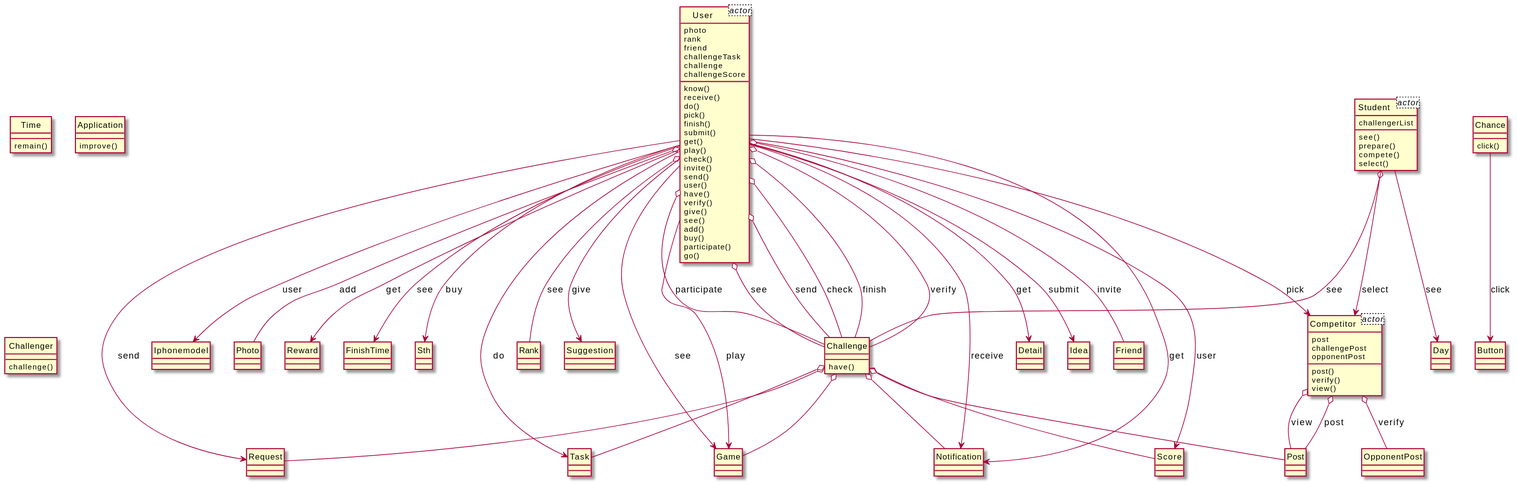
xixixhalu/DomainModelExtractor keeps this PlantUML diagram as output/diagram_5/2017-USC-Project04.svg. Above is the earlier version.
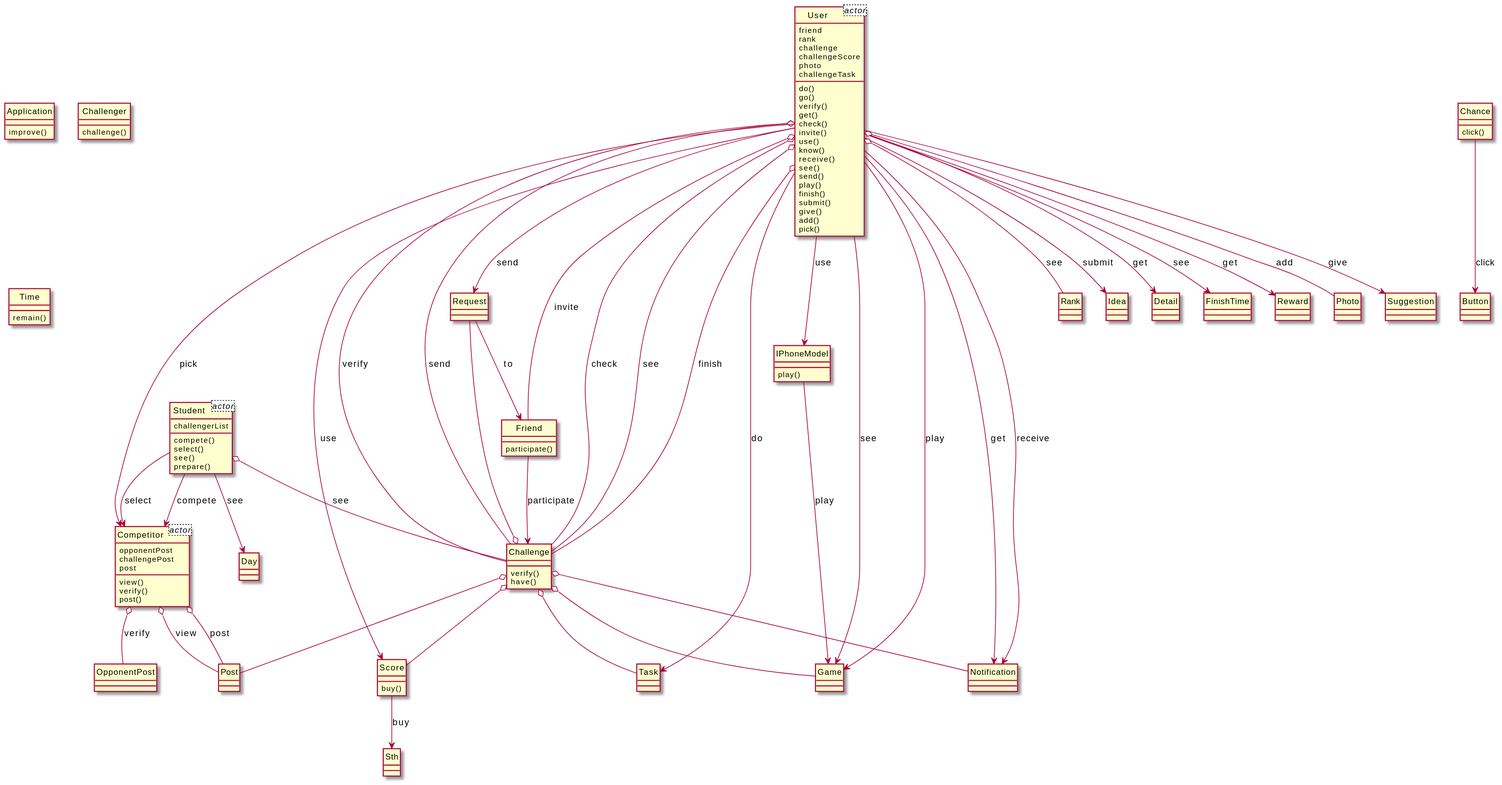
After the commit.

Diff of the diagram source:
```diff
@@ -1,142 +1,146 @@
 @startuml
 hide circle
 class User<actor> {
-	photo
+	friend
 	rank
-	friend
-	challengeTask
 	challenge
 	challengeScore
+	photo
+	challengeTask
 }
 class Student<actor> {
 	challengerList
 }
 class Competitor<actor> {
+	opponentPost
+	challengePost
 	post
-	challengePost
-	opponentPost
+}
+class Request {
+}
+class Score {
+	buy()
 }
 class Task {
 }
-class Score {
+class Competitor {
+	view()
+	verify()
+	post()
 }
-class Request {
+class OpponentPost {
+}
+class Application {
+	improve()
+}
+class Challenge {
+	verify()
+	have()
 }
 class User {
+	do()
+	go()
+	verify()
+	get()
+	check()
+	invite()
+	use()
 	know()
 	receive()
-	do()
-	pick()
+	see()
+	send()
+	play()
 	finish()
 	submit()
-	get()
+	give()
+	add()
+	pick()
+}
+class Rank {
+}
+class IPhoneModel {
 	play()
-	check()
-	invite()
-	send()
-	user()
-	have()
-	verify()
-	give()
-	see()
-	add()
-	buy()
-	participate()
-	go()
-}
-class Iphonemodel {
 }
 class Student {
+	compete()
+	select()
 	see()
 	prepare()
-	compete()
-	select()
 }
-class Photo {
+class Game {
 }
-class Reward {
+class Challenger {
+	challenge()
 }
-class FinishTime {
+class Idea {
 }
-class Sth {
+class Notification {
+}
+class Friend {
+	participate()
 }
 class Chance {
 	click()
 }
 class Button {
 }
-class Competitor {
-	post()
-	verify()
-	view()
+class Detail {
+}
+class FinishTime {
+}
+class Reward {
+}
+class Photo {
+}
+class Suggestion {
 }
 class Post {
 }
-class Challenge {
-	have()
-}
-class Rank {
+class Day {
 }
 class Time {
 	remain()
 }
-class Suggestion {
+class Sth {
 }
-class Game {
-}
-class Notification {
-}
-class Detail {
-}
-class Idea {
-}
-class Application {
-	improve()
-}
-class OpponentPost {
-}
-class Day {
-}
-class Friend {
-}
-class Challenger {
-	challenge()
-}
+User --> IPhoneModel : use
+Student --> Day : see
+Challenge o-- Request
+User --> Detail : get
+User o-- Challenge : check
+Student o-- Challenge : see
+User --> Game : see
 User --> FinishTime : see
-User --> Score : user
-User o-- Friend : invite
-User --> Sth : buy
-User --> Notification : get
-User o-- Challenge : verify
-User --> Task : do
-Student o-- Challenge : see
-Challenge o-- Game
-User --> Request : send
-Challenge o-- Score
-User --> Detail : get
-Challenge o-- Request
-Chance --> Button : click
+User o-- Challenge : see
+Score --> Sth : buy
+User --> Game : play
+Challenge o-- Notification
+User --> Competitor : pick
+Student --> Competitor : select
 Challenge o-- Post
 Challenge o-- Task
 User --> Idea : submit
-User o-- Challenge : participate
+User --> Reward : get
+Challenge o-- Game
+User o-- Challenge : finish
 Competitor o-- Post : post
-User --> Game : see
-User o-- Challenge : see
+Challenge o-- Score
+User --> Notification : get
+Request --> Friend : to
+User --> Notification : receive
+User o-- Photo : add
+User --> Score : use
+Competitor o-- OpponentPost : verify
+Friend --> Challenge : participate
+User --> Suggestion : give
+Student --> Competitor : compete
+User --> Task : do
+User o-- Challenge : verify
+User --> Request : send
 User o-- Challenge : send
-User o-- Challenge : check
-User --> Iphonemodel : user
-User o-- Challenge : finish
-Student --> Competitor : select
-User --> Competitor : pick
-User --> Notification : receive
+IPhoneModel --> Game : play
+User o-- Friend : invite
+Competitor o-- Post : view
+Chance --> Button : click
 User o-- Rank : see
-Competitor o-- Post : view
-Competitor o-- OpponentPost : verify
-User o-- Photo : add
-User --> Suggestion : give
-Student --> Day : see
-User --> Game : play
-User --> Reward : get
-Challenge o-- Notification
 @enduml
```
